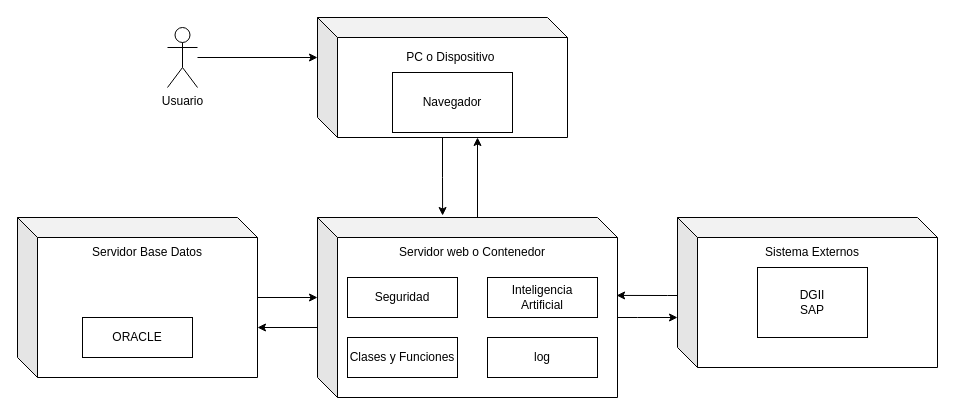
This is Vista Fisica.drawio from eduardfortunatoabreu/Diagramas, a draw.io file, before an edit. Source tidied: cells renumbered, new cells numbered last; positions are measured from the earlier drawing's top-left corner, leaving out a move shared by most shapes. Both pictures are drawn from the tidied source at 100%, with x=0, y=0 at pixel (17, 17).
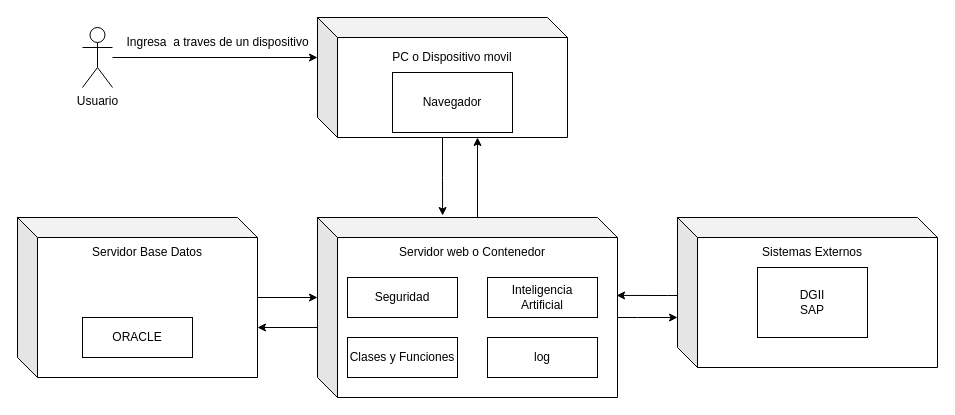
Above is the later version.

The edit, as a diff of the source:
```diff
@@
     <mxCell id="3" value="Usuario" style="shape=umlActor;verticalLabelPosition=bottom;verticalAlign=top;html=1;outlineConnect=0;" parent="1" vertex="1">
-      <mxGeometry x="150" y="10" width="30" height="60" as="geometry" />
+      <mxGeometry x="65" y="10" width="30" height="60" as="geometry" />
     </mxCell>
@@
-    <mxCell id="5" value="PC o Dispositivo&amp;nbsp;" style="text;html=1;strokeColor=none;fillColor=none;align=center;verticalAlign=middle;whiteSpace=wrap;rounded=0;" parent="1" vertex="1">
+    <mxCell id="5" value="PC o Dispositivo movil" style="text;html=1;strokeColor=none;fillColor=none;align=center;verticalAlign=middle;whiteSpace=wrap;rounded=0;" parent="1" vertex="1">
       <mxGeometry x="340" y="25" width="190" height="30" as="geometry" />
     </mxCell>
@@
-    <mxCell id="22" value="Sistema Externos" style="text;html=1;strokeColor=none;fillColor=none;align=center;verticalAlign=middle;whiteSpace=wrap;rounded=0;" parent="1" vertex="1">
+    <mxCell id="22" value="Sistemas Externos" style="text;html=1;strokeColor=none;fillColor=none;align=center;verticalAlign=middle;whiteSpace=wrap;rounded=0;" parent="1" vertex="1">
       <mxGeometry x="680" y="220" width="230" height="30" as="geometry" />
     </mxCell>
@@
+    <mxCell id="25" value="Ingresa&amp;nbsp; a traves de un dispositivo" style="text;html=1;align=center;verticalAlign=middle;strokeColor=none;fillColor=none;" parent="1" vertex="1">
+      <mxGeometry x="95" y="10" width="210" height="30" as="geometry" />
+    </mxCell>
```
